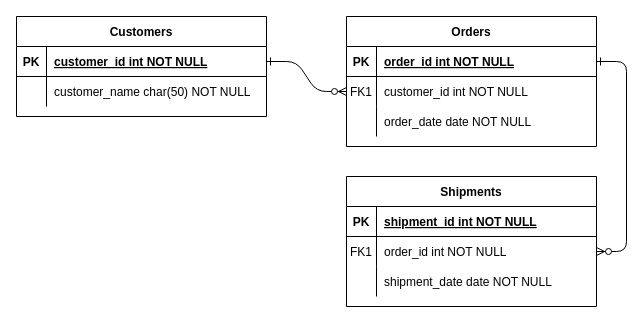
This is cmpt276Itr2.drawio from psaghafi/SQL-ER-Diagram, a draw.io file, before an edit. Source tidied: cells renumbered, new cells numbered last; positions are measured from the earlier drawing's top-left corner, leaving out a move shared by most shapes. Both pictures are drawn from the tidied source at 100%, with x=0, y=0 at pixel (16, 16).
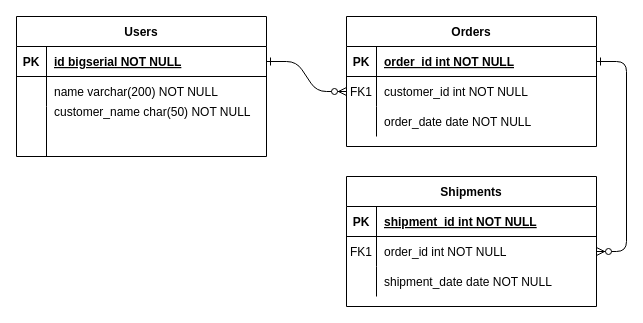
The same diagram, later.

The change refers to these unchanged cells:
```xml
<mxCell id="25" style="shape=partialRectangle;fillColor=none;points=[[0,0.5],[1,0.5]];portConstraint=eastwest;top=0;left=0;right=0;bottom=1;" parent="24" vertex="1">
  <mxGeometry y="30" width="250" height="30" as="geometry" />
</mxCell>
<mxCell id="28" style="shape=partialRectangle;fillColor=none;top=0;left=0;right=0;bottom=0;" parent="24" vertex="1">
  <mxGeometry y="60" width="250" height="30" as="geometry" />
</mxCell>
```

Change to the diagram source:
```diff
@@
-    <mxCell id="24" value="Customers" style="shape=table;startSize=30;childLayout=tableLayout;rowLines=0;fontStyle=1;align=center;" parent="1" vertex="1">
-      <mxGeometry width="250" height="100" as="geometry" />
+    <mxCell id="24" value="Users" style="shape=table;startSize=30;childLayout=tableLayout;rowLines=0;fontStyle=1;align=center;strokeColor=#000000;" parent="1" vertex="1">
+      <mxGeometry width="250" height="140" as="geometry" />
     </mxCell>
@@
-    <mxCell id="27" value="customer_id int NOT NULL " style="shape=partialRectangle;overflow=hidden;fillColor=none;top=0;left=0;bottom=0;right=0;align=left;spacingLeft=6;fontStyle=5;" parent="25" vertex="1">
+    <mxCell id="27" value="id bigserial NOT NULL" style="shape=partialRectangle;overflow=hidden;fillColor=none;top=0;left=0;bottom=0;right=0;align=left;spacingLeft=6;fontStyle=5;" parent="25" vertex="1">
       <mxGeometry x="30" width="220" height="30" as="geometry" />
     </mxCell>
@@
-    <mxCell id="30" value="customer_name char(50) NOT NULL" style="shape=partialRectangle;overflow=hidden;fillColor=none;top=0;left=0;bottom=0;right=0;align=left;spacingLeft=6;" parent="28" vertex="1">
+    <mxCell id="30" value="name varchar(200) NOT NULL" style="shape=partialRectangle;overflow=hidden;fillColor=none;top=0;left=0;bottom=0;right=0;align=left;spacingLeft=6;" parent="28" vertex="1">
       <mxGeometry x="30" width="220" height="30" as="geometry" />
     </mxCell>
+    <mxCell id="31" style="endArrow=none;html=1;rounded=0;" parent="1" edge="1">
+      <mxGeometry relative="1" as="geometry">
+        <mxPoint x="30" y="140" as="sourcePoint" />
+        <mxPoint x="30" y="90" as="targetPoint" />
+      </mxGeometry>
+    </mxCell>
+    <mxCell id="32" value="customer_name char(50) NOT NULL" style="shape=partialRectangle;overflow=hidden;fillColor=none;top=0;left=0;bottom=0;right=0;align=left;spacingLeft=6;" parent="1" vertex="1">
+      <mxGeometry x="30" y="80" width="220" height="30" as="geometry" />
+    </mxCell>
```
